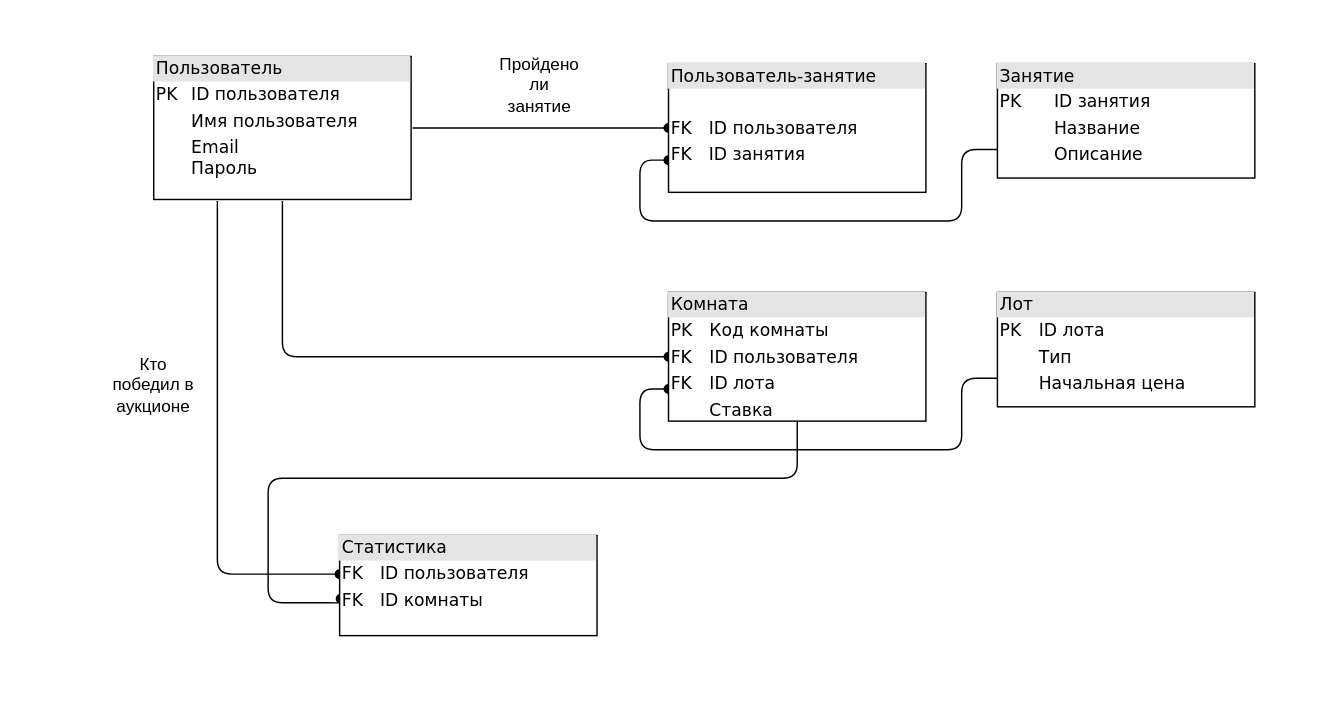
Above: system/Диаграмма без названия.drawio in AntonSpiridonov61/diagrams (draw.io), before the change. Source tidied: cells renumbered, new cells numbered last; positions are measured from the earlier drawing's top-left corner, leaving out a move shared by most shapes. Both pictures are drawn from the tidied source at 143%, with x=0, y=0 at pixel (110, 56).
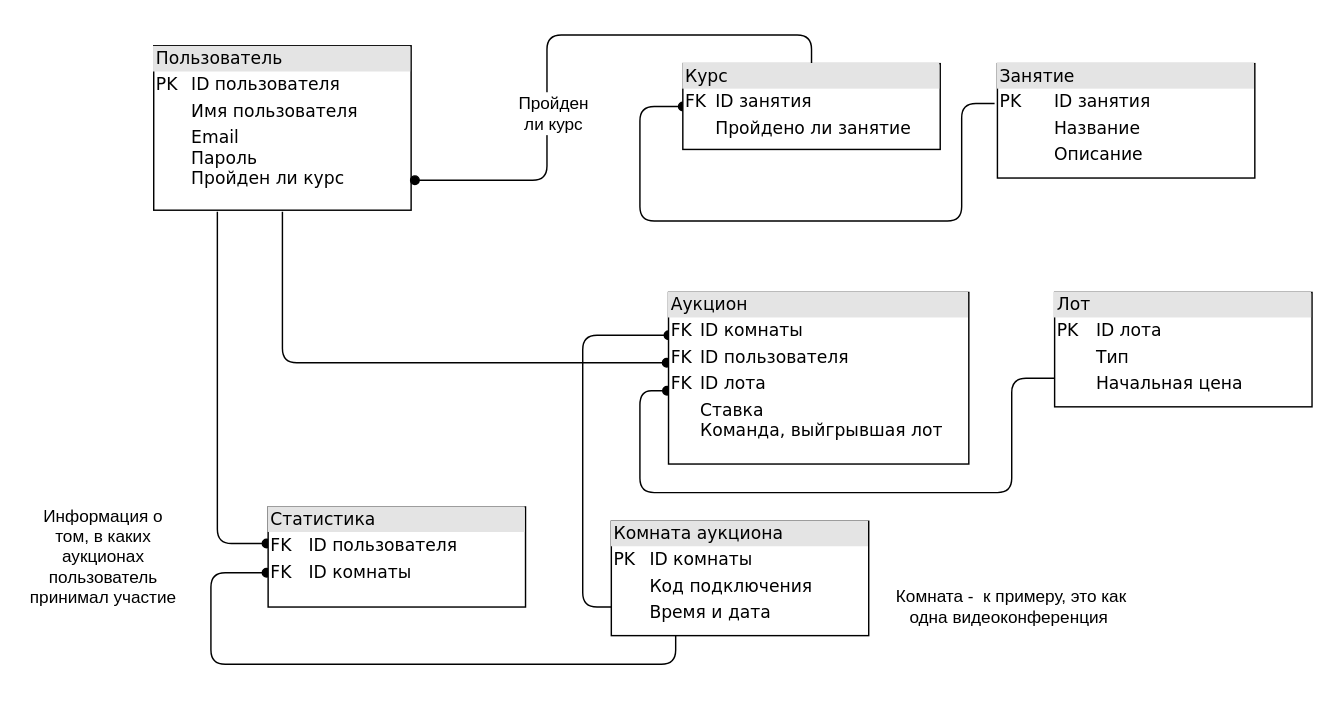
The same page after the edit.

The change refers to these unchanged cells:
```xml
<mxCell id="8" value="&lt;div style=&quot;box-sizing: border-box ; width: 100% ; background: #e4e4e4 ; padding: 2px&quot;&gt;Занятие&lt;/div&gt;&lt;table style=&quot;width: 100% ; font-size: 1em&quot; cellpadding=&quot;2&quot; cellspacing=&quot;0&quot;&gt;&lt;tbody&gt;&lt;tr&gt;&lt;td&gt;PK&lt;/td&gt;&lt;td&gt;ID занятия&lt;/td&gt;&lt;/tr&gt;&lt;tr&gt;&lt;td&gt;&lt;br&gt;&lt;/td&gt;&lt;td&gt;Название&lt;/td&gt;&lt;/tr&gt;&lt;tr&gt;&lt;td&gt;&lt;/td&gt;&lt;td&gt;Описание&lt;/td&gt;&lt;/tr&gt;&lt;tr&gt;&lt;td&gt;&lt;br&gt;&lt;/td&gt;&lt;td&gt;&lt;br&gt;&lt;/td&gt;&lt;/tr&gt;&lt;tr&gt;&lt;td&gt;&lt;br&gt;&lt;/td&gt;&lt;td&gt;&lt;br&gt;&lt;/td&gt;&lt;/tr&gt;&lt;tr&gt;&lt;td&gt;&lt;br&gt;&lt;/td&gt;&lt;td&gt;&lt;br&gt;&lt;/td&gt;&lt;/tr&gt;&lt;/tbody&gt;&lt;/table&gt;" style="verticalAlign=top;align=left;overflow=fill;html=1;rounded=0;shadow=0;comic=0;labelBackgroundColor=none;strokeWidth=1;fontFamily=Verdana;fontSize=12;" parent="1" vertex="1">
  <mxGeometry x="620" y="5" width="180" height="80" as="geometry" />
</mxCell>
```

Change to the diagram source:
```diff
@@
+    <mxCell id="18" style="edgeStyle=orthogonalEdgeStyle;rounded=1;jettySize=auto;html=1;exitX=0.25;exitY=1;exitDx=0;exitDy=0;entryX=-0.006;entryY=0.657;entryDx=0;entryDy=0;entryPerimeter=0;endArrow=oval;endFill=1;" parent="1" edge="1" source="23" target="12">
+      <mxGeometry relative="1" as="geometry">
+        <Array as="points">
+          <mxPoint x="395" y="425" />
+          <mxPoint x="70" y="425" />
+          <mxPoint x="70" y="361" />
+        </Array>
+      </mxGeometry>
+    </mxCell>
+    <mxCell id="19" style="edgeStyle=orthogonalEdgeStyle;rounded=1;jettySize=auto;html=1;exitX=0;exitY=0.75;exitDx=0;exitDy=0;entryX=0;entryY=0.25;entryDx=0;entryDy=0;endArrow=oval;endFill=1;" parent="1" edge="1" source="23" target="10">
+      <mxGeometry relative="1" as="geometry" />
+    </mxCell>
-    <mxCell id="2" style="edgeStyle=orthogonalEdgeStyle;rounded=1;jettySize=auto;html=1;exitX=0;exitY=0.75;exitDx=0;exitDy=0;entryX=0;entryY=0.75;entryDx=0;entryDy=0;endArrow=oval;endFill=1;targetPerimeterSpacing=5;" parent="1" edge="1" source="15" target="10">
+    <mxCell id="2" style="edgeStyle=orthogonalEdgeStyle;rounded=1;jettySize=auto;html=1;exitX=0;exitY=0.75;exitDx=0;exitDy=0;entryX=-0.005;entryY=0.573;entryDx=0;entryDy=0;endArrow=oval;endFill=1;targetPerimeterSpacing=5;entryPerimeter=0;" parent="1" edge="1" source="15" target="10">
       <mxGeometry relative="1" as="geometry">
         <Array as="points">
-          <mxPoint x="595" y="225" />
-          <mxPoint x="595" y="275" />
-          <mxPoint x="370" y="275" />
-          <mxPoint x="370" y="233" />
+          <mxPoint x="630" y="225" />
+          <mxPoint x="630" y="305" />
+          <mxPoint x="370" y="305" />
+          <mxPoint x="370" y="234" />
         </Array>
       </mxGeometry>
     </mxCell>
-    <mxCell id="3" style="edgeStyle=orthogonalEdgeStyle;rounded=1;jettySize=auto;html=1;exitX=1;exitY=0.5;exitDx=0;exitDy=0;entryX=0;entryY=0.5;entryDx=0;entryDy=0;targetPerimeterSpacing=5;endArrow=oval;endFill=1;" parent="1" edge="1" source="6" target="11">
-      <mxGeometry relative="1" as="geometry" />
-    </mxCell>
-    <mxCell id="4" style="edgeStyle=orthogonalEdgeStyle;rounded=1;jettySize=auto;html=1;exitX=0.5;exitY=1;exitDx=0;exitDy=0;entryX=0;entryY=0.5;entryDx=0;entryDy=0;endArrow=oval;endFill=1;targetPerimeterSpacing=5;" parent="1" edge="1" source="6" target="10">
-      <mxGeometry relative="1" as="geometry" />
+    <mxCell id="4" style="edgeStyle=orthogonalEdgeStyle;rounded=1;jettySize=auto;html=1;exitX=0.5;exitY=1;exitDx=0;exitDy=0;entryX=-0.006;entryY=0.41;entryDx=0;entryDy=0;endArrow=oval;endFill=1;targetPerimeterSpacing=5;entryPerimeter=0;" parent="1" edge="1" source="6" target="10">
+      <mxGeometry relative="1" as="geometry">
+        <Array as="points">
+          <mxPoint x="120" y="214" />
+        </Array>
+      </mxGeometry>
     </mxCell>
-    <mxCell id="5" style="edgeStyle=orthogonalEdgeStyle;rounded=1;jettySize=auto;html=1;exitX=0.25;exitY=1;exitDx=0;exitDy=0;endArrow=oval;endFill=1;targetPerimeterSpacing=5;" parent="1" edge="1" source="6">
+    <mxCell id="5" style="edgeStyle=orthogonalEdgeStyle;rounded=1;jettySize=auto;html=1;exitX=0.25;exitY=1;exitDx=0;exitDy=0;endArrow=oval;endFill=1;targetPerimeterSpacing=5;entryX=-0.006;entryY=0.365;entryDx=0;entryDy=0;entryPerimeter=0;" parent="1" edge="1" source="6" target="12">
       <mxGeometry relative="1" as="geometry">
-        <mxPoint x="160" y="362" as="targetPoint" />
         <Array as="points">
-          <mxPoint x="75" y="362" />
+          <mxPoint x="75" y="341" />
         </Array>
       </mxGeometry>
     </mxCell>
-    <mxCell id="6" value="&lt;div style=&quot;box-sizing:border-box;width:100%;background:#e4e4e4;padding:2px;&quot;&gt;Пользователь&lt;/div&gt;&lt;table style=&quot;width:100%;font-size:1em;&quot; cellpadding=&quot;2&quot; cellspacing=&quot;0&quot;&gt;&lt;tbody&gt;&lt;tr&gt;&lt;td&gt;PK&lt;/td&gt;&lt;td&gt;ID пользователя&lt;/td&gt;&lt;/tr&gt;&lt;tr&gt;&lt;td&gt;&lt;br&gt;&lt;/td&gt;&lt;td&gt;Имя пользователя&lt;/td&gt;&lt;/tr&gt;&lt;tr&gt;&lt;td&gt;&lt;/td&gt;&lt;td&gt;Email&lt;br&gt;Пароль&lt;/td&gt;&lt;/tr&gt;&lt;/tbody&gt;&lt;/table&gt;" style="verticalAlign=top;align=left;overflow=fill;html=1;rounded=0;shadow=0;comic=0;labelBackgroundColor=none;strokeWidth=1;fontFamily=Verdana;fontSize=12;perimeterSpacing=1;" parent="1" vertex="1">
-      <mxGeometry x="30" width="180" height="100" as="geometry" />
+    <mxCell id="6" value="&lt;div style=&quot;box-sizing:border-box;width:100%;background:#e4e4e4;padding:2px;&quot;&gt;Пользователь&lt;/div&gt;&lt;table style=&quot;width:100%;font-size:1em;&quot; cellpadding=&quot;2&quot; cellspacing=&quot;0&quot;&gt;&lt;tbody&gt;&lt;tr&gt;&lt;td&gt;PK&lt;/td&gt;&lt;td&gt;ID пользователя&lt;/td&gt;&lt;/tr&gt;&lt;tr&gt;&lt;td&gt;&lt;br&gt;&lt;/td&gt;&lt;td&gt;Имя пользователя&lt;/td&gt;&lt;/tr&gt;&lt;tr&gt;&lt;td&gt;&lt;/td&gt;&lt;td&gt;Email&lt;br&gt;Пароль&lt;br&gt;Пройден ли курс&lt;/td&gt;&lt;/tr&gt;&lt;/tbody&gt;&lt;/table&gt;" style="verticalAlign=top;align=left;overflow=fill;html=1;rounded=0;shadow=0;comic=0;labelBackgroundColor=none;strokeWidth=1;fontFamily=Verdana;fontSize=12;perimeterSpacing=1;" parent="1" vertex="1">
+      <mxGeometry x="30" y="-7.5" width="180" height="115" as="geometry" />
     </mxCell>
-    <mxCell id="7" style="edgeStyle=orthogonalEdgeStyle;rounded=1;jettySize=auto;html=1;exitX=0;exitY=0.75;exitDx=0;exitDy=0;entryX=0;entryY=0.75;entryDx=0;entryDy=0;endArrow=oval;endFill=1;" parent="1" edge="1" source="8" target="11">
+    <mxCell id="7" style="edgeStyle=orthogonalEdgeStyle;rounded=1;jettySize=auto;html=1;exitX=-0.011;exitY=0.348;exitDx=0;exitDy=0;endArrow=oval;endFill=1;entryX=0;entryY=0.5;entryDx=0;entryDy=0;exitPerimeter=0;" parent="1" edge="1" source="8" target="21">
       <mxGeometry relative="1" as="geometry">
         <Array as="points">
-          <mxPoint x="595" y="65" />
+          <mxPoint x="595" y="33" />
           <mxPoint x="595" y="115" />
           <mxPoint x="370" y="115" />
-          <mxPoint x="370" y="73" />
+          <mxPoint x="370" y="35" />
         </Array>
       </mxGeometry>
     </mxCell>
@@
-    <mxCell id="9" style="edgeStyle=orthogonalEdgeStyle;rounded=1;jettySize=auto;html=1;exitX=0.5;exitY=1;exitDx=0;exitDy=0;entryX=0.004;entryY=0.631;entryDx=0;entryDy=0;entryPerimeter=0;endArrow=oval;endFill=1;targetPerimeterSpacing=5;" parent="1" edge="1" source="10" target="12">
-      <mxGeometry relative="1" as="geometry">
-        <Array as="points">
-          <mxPoint x="480" y="295" />
-          <mxPoint x="110" y="295" />
-          <mxPoint x="110" y="382" />
-          <mxPoint x="161" y="382" />
-        </Array>
-      </mxGeometry>
-    </mxCell>
-    <mxCell id="10" value="&lt;div style=&quot;box-sizing: border-box ; width: 100% ; background: #e4e4e4 ; padding: 2px&quot;&gt;Комната&lt;/div&gt;&lt;table style=&quot;width: 100% ; font-size: 1em&quot; cellpadding=&quot;2&quot; cellspacing=&quot;0&quot;&gt;&lt;tbody&gt;&lt;tr&gt;&lt;td&gt;PK&lt;/td&gt;&lt;td&gt;Код комнаты&lt;/td&gt;&lt;/tr&gt;&lt;tr&gt;&lt;td&gt;FK&lt;/td&gt;&lt;td&gt;ID пользователя&lt;/td&gt;&lt;/tr&gt;&lt;tr&gt;&lt;td&gt;FK&lt;/td&gt;&lt;td&gt;ID лота&lt;/td&gt;&lt;/tr&gt;&lt;tr&gt;&lt;td&gt;&lt;br&gt;&lt;/td&gt;&lt;td&gt;Ставка&lt;/td&gt;&lt;/tr&gt;&lt;/tbody&gt;&lt;/table&gt;" style="verticalAlign=top;align=left;overflow=fill;html=1;rounded=0;shadow=0;comic=0;labelBackgroundColor=none;strokeWidth=1;fontFamily=Verdana;fontSize=12;" parent="1" vertex="1">
-      <mxGeometry x="390" y="165" width="180" height="90" as="geometry" />
+    <mxCell id="10" value="&lt;div style=&quot;box-sizing: border-box ; width: 100% ; background: #e4e4e4 ; padding: 2px&quot;&gt;Аукцион&lt;/div&gt;&lt;table style=&quot;width: 100% ; font-size: 1em&quot; cellpadding=&quot;2&quot; cellspacing=&quot;0&quot;&gt;&lt;tbody&gt;&lt;tr&gt;&lt;td&gt;FK&lt;/td&gt;&lt;td&gt;ID комнаты&lt;/td&gt;&lt;/tr&gt;&lt;tr&gt;&lt;td&gt;FK&lt;/td&gt;&lt;td&gt;ID пользователя&lt;/td&gt;&lt;/tr&gt;&lt;tr&gt;&lt;td&gt;FK&lt;/td&gt;&lt;td&gt;ID лота&lt;/td&gt;&lt;/tr&gt;&lt;tr&gt;&lt;td&gt;&lt;br&gt;&lt;/td&gt;&lt;td&gt;Ставка&lt;br&gt;Команда, выйгрывшая лот&lt;/td&gt;&lt;/tr&gt;&lt;/tbody&gt;&lt;/table&gt;" style="verticalAlign=top;align=left;overflow=fill;html=1;rounded=0;shadow=0;comic=0;labelBackgroundColor=none;strokeWidth=1;fontFamily=Verdana;fontSize=12;" parent="1" vertex="1">
+      <mxGeometry x="390" y="165" width="210" height="120" as="geometry" />
     </mxCell>
-    <mxCell id="11" value="&lt;div style=&quot;box-sizing:border-box;width:100%;background:#e4e4e4;padding:2px;&quot;&gt;Пользователь-занятие&lt;/div&gt;&lt;table style=&quot;width:100%;font-size:1em;&quot; cellpadding=&quot;2&quot; cellspacing=&quot;0&quot;&gt;&lt;tbody&gt;&lt;tr&gt;&lt;td&gt;&lt;br&gt;&lt;/td&gt;&lt;td&gt;&lt;br&gt;&lt;/td&gt;&lt;/tr&gt;&lt;tr&gt;&lt;td&gt;FK&lt;/td&gt;&lt;td&gt;ID пользователя&lt;/td&gt;&lt;/tr&gt;&lt;tr&gt;&lt;td&gt;FK&lt;/td&gt;&lt;td&gt;ID занятия&lt;br&gt;&lt;/td&gt;&lt;/tr&gt;&lt;tr&gt;&lt;td&gt;&lt;br&gt;&lt;/td&gt;&lt;td&gt;&lt;br&gt;&lt;/td&gt;&lt;/tr&gt;&lt;tr&gt;&lt;td&gt;&lt;br&gt;&lt;/td&gt;&lt;td&gt;&lt;br&gt;&lt;/td&gt;&lt;/tr&gt;&lt;tr&gt;&lt;td&gt;&lt;br&gt;&lt;/td&gt;&lt;td&gt;&lt;br&gt;&lt;/td&gt;&lt;/tr&gt;&lt;tr&gt;&lt;td&gt;&lt;br&gt;&lt;/td&gt;&lt;td&gt;&lt;br&gt;&lt;/td&gt;&lt;/tr&gt;&lt;tr&gt;&lt;td&gt;&lt;br&gt;&lt;/td&gt;&lt;td&gt;&lt;br&gt;&lt;/td&gt;&lt;/tr&gt;&lt;/tbody&gt;&lt;/table&gt;" style="verticalAlign=top;align=left;overflow=fill;html=1;rounded=0;shadow=0;comic=0;labelBackgroundColor=none;strokeWidth=1;fontFamily=Verdana;fontSize=12;" parent="1" vertex="1">
-      <mxGeometry x="390" y="5" width="180" height="90" as="geometry" />
-    </mxCell>
     <mxCell id="12" value="&lt;div style=&quot;box-sizing: border-box ; width: 100% ; background: #e4e4e4 ; padding: 2px&quot;&gt;Статистика&lt;/div&gt;&lt;table style=&quot;width: 100% ; font-size: 1em&quot; cellpadding=&quot;2&quot; cellspacing=&quot;0&quot;&gt;&lt;tbody&gt;&lt;tr&gt;&lt;td&gt;FK&lt;/td&gt;&lt;td&gt;ID пользователя&lt;/td&gt;&lt;/tr&gt;&lt;tr&gt;&lt;td&gt;FK&lt;/td&gt;&lt;td&gt;ID комнаты&lt;/td&gt;&lt;/tr&gt;&lt;tr&gt;&lt;td&gt;&lt;/td&gt;&lt;td&gt;&lt;br&gt;&lt;/td&gt;&lt;/tr&gt;&lt;tr&gt;&lt;td&gt;&lt;br&gt;&lt;/td&gt;&lt;td&gt;&lt;br&gt;&lt;/td&gt;&lt;/tr&gt;&lt;tr&gt;&lt;td&gt;&lt;br&gt;&lt;/td&gt;&lt;td&gt;&lt;br&gt;&lt;/td&gt;&lt;/tr&gt;&lt;tr&gt;&lt;td&gt;&lt;br&gt;&lt;/td&gt;&lt;td&gt;&lt;br&gt;&lt;/td&gt;&lt;/tr&gt;&lt;/tbody&gt;&lt;/table&gt;" style="verticalAlign=top;align=left;overflow=fill;html=1;rounded=0;shadow=0;comic=0;labelBackgroundColor=none;strokeWidth=1;fontFamily=Verdana;fontSize=12;" parent="1" vertex="1">
-      <mxGeometry x="160" y="335" width="180" height="70" as="geometry" />
+      <mxGeometry x="110" y="315" width="180" height="70" as="geometry" />
     </mxCell>
@@
-    <mxCell id="14" value="Пройдено ли занятие" style="text;html=1;strokeColor=none;fillColor=none;align=center;verticalAlign=middle;whiteSpace=wrap;rounded=0;" parent="1" vertex="1">
-      <mxGeometry x="270" y="5" width="60" height="30" as="geometry" />
-    </mxCell>
     <mxCell id="15" value="&lt;div style=&quot;box-sizing: border-box ; width: 100% ; background: #e4e4e4 ; padding: 2px&quot;&gt;Лот&lt;/div&gt;&lt;table style=&quot;width: 100% ; font-size: 1em&quot; cellpadding=&quot;2&quot; cellspacing=&quot;0&quot;&gt;&lt;tbody&gt;&lt;tr&gt;&lt;td&gt;PK&lt;/td&gt;&lt;td&gt;ID лота&lt;/td&gt;&lt;/tr&gt;&lt;tr&gt;&lt;td&gt;&lt;br&gt;&lt;/td&gt;&lt;td&gt;Тип&lt;/td&gt;&lt;/tr&gt;&lt;tr&gt;&lt;td&gt;&lt;/td&gt;&lt;td&gt;Начальная цена&lt;/td&gt;&lt;/tr&gt;&lt;tr&gt;&lt;td&gt;&lt;br&gt;&lt;/td&gt;&lt;td&gt;&lt;br&gt;&lt;/td&gt;&lt;/tr&gt;&lt;tr&gt;&lt;td&gt;&lt;br&gt;&lt;/td&gt;&lt;td&gt;&lt;br&gt;&lt;/td&gt;&lt;/tr&gt;&lt;tr&gt;&lt;td&gt;&lt;br&gt;&lt;/td&gt;&lt;td&gt;&lt;br&gt;&lt;/td&gt;&lt;/tr&gt;&lt;/tbody&gt;&lt;/table&gt;" style="verticalAlign=top;align=left;overflow=fill;html=1;rounded=0;shadow=0;comic=0;labelBackgroundColor=none;strokeWidth=1;fontFamily=Verdana;fontSize=12;" parent="1" vertex="1">
-      <mxGeometry x="620" y="165" width="180" height="80" as="geometry" />
+      <mxGeometry x="660" y="165" width="180" height="80" as="geometry" />
     </mxCell>
@@
-    <mxCell id="17" value="Кто победил в аукционе" style="text;html=1;strokeColor=none;fillColor=none;align=center;verticalAlign=middle;whiteSpace=wrap;rounded=0;" parent="1" vertex="1">
-      <mxGeometry y="215" width="60" height="30" as="geometry" />
+    <mxCell id="17" value="Информация о том, в каких аукционах пользователь принимал участие" style="text;html=1;strokeColor=none;fillColor=none;align=center;verticalAlign=middle;whiteSpace=wrap;rounded=0;" parent="1" vertex="1">
+      <mxGeometry x="-60" y="335" width="110" height="30" as="geometry" />
     </mxCell>
+    <mxCell id="20" style="edgeStyle=orthogonalEdgeStyle;rounded=1;jettySize=auto;html=1;exitX=0.5;exitY=0;exitDx=0;exitDy=0;entryX=1.009;entryY=0.812;entryDx=0;entryDy=0;entryPerimeter=0;endArrow=oval;endFill=1;" parent="1" edge="1" source="21" target="6">
+      <mxGeometry relative="1" as="geometry" />
+    </mxCell>
+    <mxCell id="21" value="&lt;div style=&quot;box-sizing: border-box ; width: 100% ; background: #e4e4e4 ; padding: 2px&quot;&gt;Курс&lt;/div&gt;&lt;table style=&quot;width: 100% ; font-size: 1em&quot; cellpadding=&quot;2&quot; cellspacing=&quot;0&quot;&gt;&lt;tbody&gt;&lt;tr&gt;&lt;td&gt;FK&lt;/td&gt;&lt;td&gt;ID занятия&lt;br&gt;&lt;/td&gt;&lt;/tr&gt;&lt;tr&gt;&lt;td&gt;&lt;br&gt;&lt;/td&gt;&lt;td&gt;Пройдено ли занятие&lt;/td&gt;&lt;/tr&gt;&lt;tr&gt;&lt;td&gt;&lt;/td&gt;&lt;td&gt;&lt;br&gt;&lt;/td&gt;&lt;/tr&gt;&lt;tr&gt;&lt;td&gt;&lt;br&gt;&lt;/td&gt;&lt;td&gt;&lt;br&gt;&lt;/td&gt;&lt;/tr&gt;&lt;tr&gt;&lt;td&gt;&lt;br&gt;&lt;/td&gt;&lt;td&gt;&lt;br&gt;&lt;/td&gt;&lt;/tr&gt;&lt;tr&gt;&lt;td&gt;&lt;br&gt;&lt;/td&gt;&lt;td&gt;&lt;br&gt;&lt;/td&gt;&lt;/tr&gt;&lt;/tbody&gt;&lt;/table&gt;" style="verticalAlign=top;align=left;overflow=fill;html=1;rounded=0;shadow=0;comic=0;labelBackgroundColor=none;strokeWidth=1;fontFamily=Verdana;fontSize=12;" parent="1" vertex="1">
+      <mxGeometry x="400" y="5" width="180" height="60" as="geometry" />
+    </mxCell>
+    <mxCell id="22" value="Пройден ли курс" style="text;html=1;strokeColor=none;fillColor=default;align=center;verticalAlign=middle;whiteSpace=wrap;rounded=0;" parent="1" vertex="1">
+      <mxGeometry x="280" y="25" width="60" height="30" as="geometry" />
+    </mxCell>
+    <mxCell id="23" value="&lt;div style=&quot;box-sizing: border-box ; width: 100% ; background: #e4e4e4 ; padding: 2px&quot;&gt;Комната аукциона&lt;/div&gt;&lt;table style=&quot;width: 100% ; font-size: 1em&quot; cellpadding=&quot;2&quot; cellspacing=&quot;0&quot;&gt;&lt;tbody&gt;&lt;tr&gt;&lt;td&gt;PK&lt;/td&gt;&lt;td&gt;ID комнаты&lt;/td&gt;&lt;/tr&gt;&lt;tr&gt;&lt;td&gt;&lt;br&gt;&lt;/td&gt;&lt;td&gt;Код подключения&lt;/td&gt;&lt;/tr&gt;&lt;tr&gt;&lt;td&gt;&lt;/td&gt;&lt;td&gt;Время и дата&lt;/td&gt;&lt;/tr&gt;&lt;tr&gt;&lt;td&gt;&lt;br&gt;&lt;/td&gt;&lt;td&gt;&lt;br&gt;&lt;/td&gt;&lt;/tr&gt;&lt;tr&gt;&lt;td&gt;&lt;br&gt;&lt;/td&gt;&lt;td&gt;&lt;br&gt;&lt;/td&gt;&lt;/tr&gt;&lt;tr&gt;&lt;td&gt;&lt;br&gt;&lt;/td&gt;&lt;td&gt;&lt;br&gt;&lt;/td&gt;&lt;/tr&gt;&lt;/tbody&gt;&lt;/table&gt;" style="verticalAlign=top;align=left;overflow=fill;html=1;rounded=0;shadow=0;comic=0;labelBackgroundColor=none;strokeWidth=1;fontFamily=Verdana;fontSize=12;" parent="1" vertex="1">
+      <mxGeometry x="350" y="325" width="180" height="80" as="geometry" />
+    </mxCell>
+    <mxCell id="24" value="Комната -&amp;nbsp; к примеру, это как одна видеоконференция&amp;nbsp;" style="text;html=1;strokeColor=none;fillColor=none;align=center;verticalAlign=middle;whiteSpace=wrap;rounded=0;" parent="1" vertex="1">
+      <mxGeometry x="540" y="365" width="180" height="40" as="geometry" />
+    </mxCell>
```
